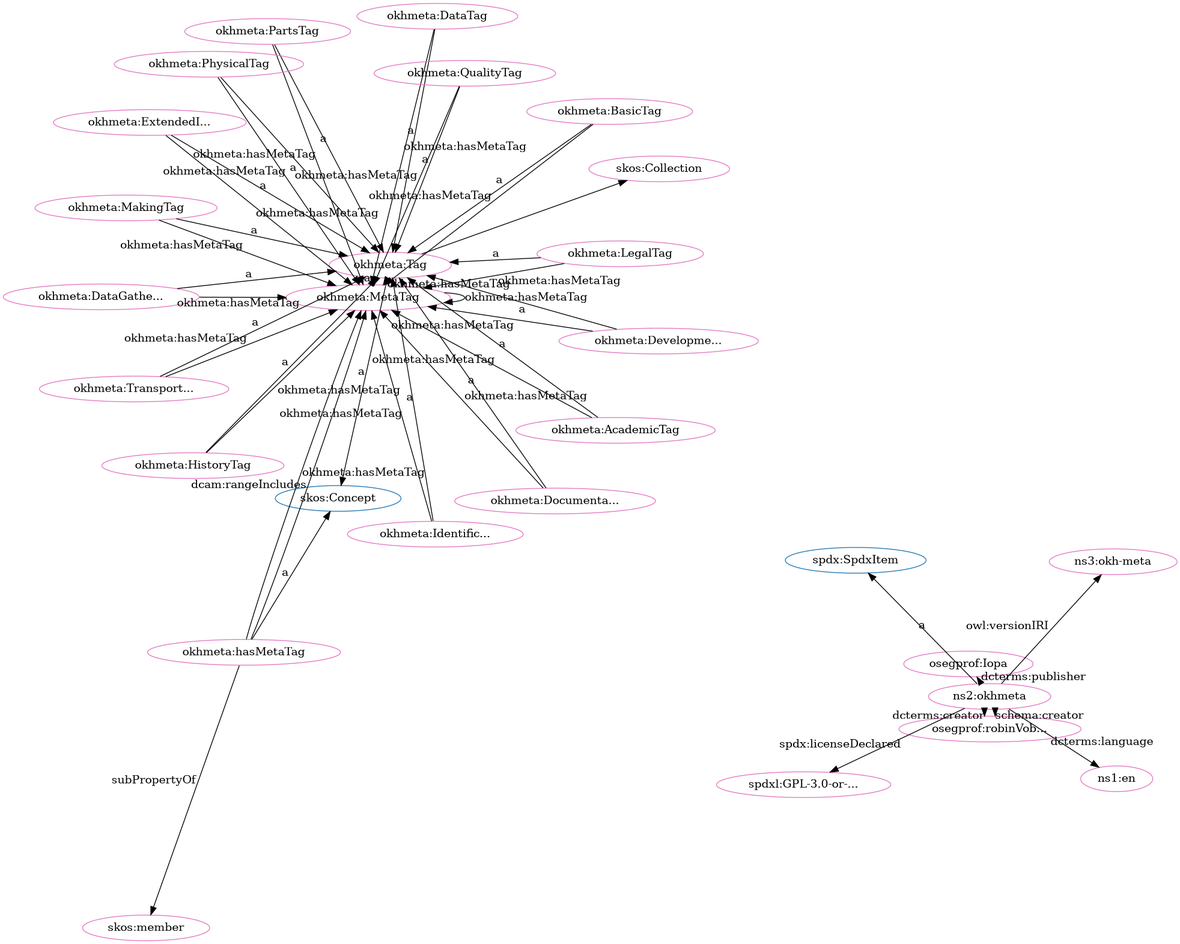
iop-alliance/OpenKnowHow keeps this Graphviz diagram as src/spec/fdp_okh-meta-clean.png. Above is the earlier version. Its source is kept beside it as src/spec/fdp_okh-meta-clean.dot.
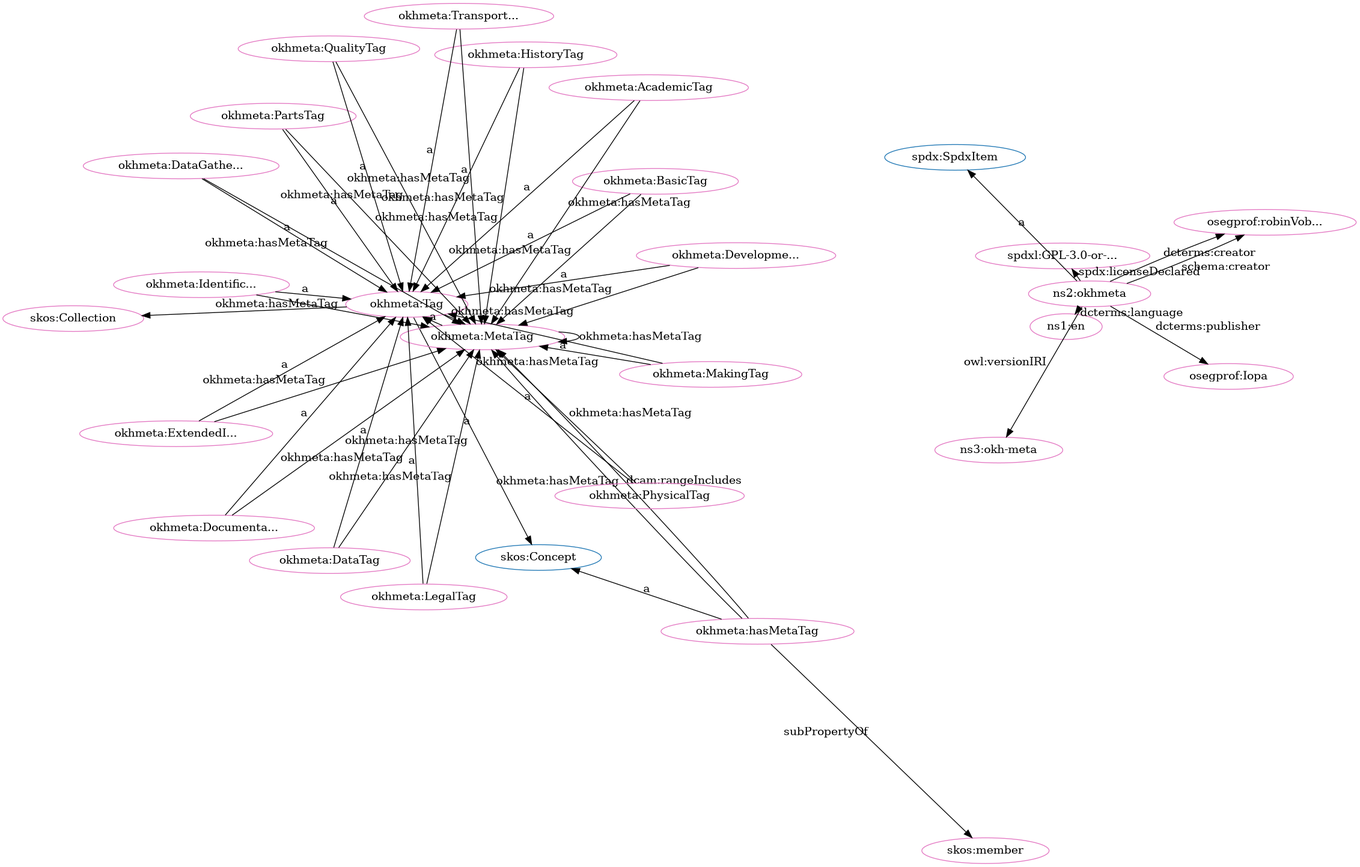
The same file after the commit.

What changed in the source:
```diff
@@ -1,80 +1,80 @@
 digraph G {
   rankdir=BT
   node[height=.3]
+"http://spdx.org/rdf/terms#SpdxItem" [fillcolor="#1f77b4" color="#1f77b4" label="spdx:SpdxItem"]
 "http://www.w3.org/2004/02/skos/core#Concept" [fillcolor="#1f77b4" color="#1f77b4" label="skos:Concept"]
 "http://www.w3.org/2004/02/skos/core#Collection" [fillcolor="#1f77b4" color="#1f77b4" label="skos:Collection"]
-"http://spdx.org/rdf/terms#SpdxItem" [fillcolor="#1f77b4" color="#1f77b4" label="spdx:SpdxItem"]
 "http://w3id.org/oseg/ont/okhmeta#Tag" [fillcolor="#1f77b4" color="#1f77b4" label="okhmeta:Tag"]
+"http://w3id.org/oseg/ont/okhmeta#HistoryTag" [fillcolor="#e377c2" color="#e377c2" label="okhmeta:HistoryTag"]
+"http://w3id.org/oseg/ont/okhmeta#hasMetaTag" [fillcolor="#e377c2" color="#e377c2" label="okhmeta:hasMetaTag"]
+"http://w3id.org/oseg/ont/okhmeta#DataGatheringTag" [fillcolor="#e377c2" color="#e377c2" label="okhmeta:DataGathe..."]
+"http://w3id.org/oseg/ont/okhmeta#DocumentationTag" [fillcolor="#e377c2" color="#e377c2" label="okhmeta:Documenta..."]
+"http://w3id.org/oseg/ont/okhmeta#TransportationTag" [fillcolor="#e377c2" color="#e377c2" label="okhmeta:Transport..."]
+"http://w3id.org/oseg/ont/okhmeta#LegalTag" [fillcolor="#e377c2" color="#e377c2" label="okhmeta:LegalTag"]
+"http://www.w3.org/2004/02/skos/core#Collection" [fillcolor="#e377c2" color="#e377c2" label="skos:Collection"]
+"http://w3id.org/oseg/ont/oseg-profiles#Iopa" [fillcolor="#e377c2" color="#e377c2" label="osegprof:Iopa"]
+"http://w3id.org/oseg/ont/okhmeta#MetaTag" [fillcolor="#e377c2" color="#e377c2" label="okhmeta:MetaTag"]
 "http://id.loc.gov/vocabulary/iso639-1/en" [fillcolor="#e377c2" color="#e377c2" label="ns1:en"]
+"http://w3id.org/oseg/ont/okhmeta#DevelopmentTag" [fillcolor="#e377c2" color="#e377c2" label="okhmeta:Developme..."]
+"http://spdx.org/licenses/GPL-3.0-or-later" [fillcolor="#e377c2" color="#e377c2" label="spdxl:GPL-3.0-or-..."]
+"http://w3id.org/oseg/ont/okhmeta" [fillcolor="#e377c2" color="#e377c2" label="ns2:okhmeta"]
+"http://w3id.org/oseg/ont/okhmeta#PhysicalTag" [fillcolor="#e377c2" color="#e377c2" label="okhmeta:PhysicalTag"]
 "http://w3id.org/oseg/ont/oseg-profiles#robinVobruba" [fillcolor="#e377c2" color="#e377c2" label="osegprof:robinVob..."]
+"http://w3id.org/oseg/ont/okhmeta#Tag" [fillcolor="#e377c2" color="#e377c2" label="okhmeta:Tag"]
+"http://w3id.org/oseg/ont/okhmeta#BasicTag" [fillcolor="#e377c2" color="#e377c2" label="okhmeta:BasicTag"]
+"http://w3id.org/oseg/ont/okhmeta#PartsTag" [fillcolor="#e377c2" color="#e377c2" label="okhmeta:PartsTag"]
+"http://www.w3.org/2004/02/skos/core#member" [fillcolor="#e377c2" color="#e377c2" label="skos:member"]
+"http://w3id.org/oseg/ont/1.1.0/okh-meta" [fillcolor="#e377c2" color="#e377c2" label="ns3:okh-meta"]
+"http://w3id.org/oseg/ont/okhmeta#AcademicTag" [fillcolor="#e377c2" color="#e377c2" label="okhmeta:AcademicTag"]
 "http://w3id.org/oseg/ont/okhmeta#MakingTag" [fillcolor="#e377c2" color="#e377c2" label="okhmeta:MakingTag"]
+"http://w3id.org/oseg/ont/okhmeta#IdentificationTag" [fillcolor="#e377c2" color="#e377c2" label="okhmeta:Identific..."]
 "http://w3id.org/oseg/ont/okhmeta#DataTag" [fillcolor="#e377c2" color="#e377c2" label="okhmeta:DataTag"]
-"http://w3id.org/oseg/ont/okhmeta#MetaTag" [fillcolor="#e377c2" color="#e377c2" label="okhmeta:MetaTag"]
-"http://w3id.org/oseg/ont/oseg-profiles#Iopa" [fillcolor="#e377c2" color="#e377c2" label="osegprof:Iopa"]
-"http://w3id.org/oseg/ont/okhmeta#TransportationTag" [fillcolor="#e377c2" color="#e377c2" label="okhmeta:Transport..."]
-"http://w3id.org/oseg/ont/okhmeta" [fillcolor="#e377c2" color="#e377c2" label="ns2:okhmeta"]
-"http://w3id.org/oseg/ont/okhmeta#IdentificationTag" [fillcolor="#e377c2" color="#e377c2" label="okhmeta:Identific..."]
-"http://w3id.org/oseg/ont/okhmeta#hasMetaTag" [fillcolor="#e377c2" color="#e377c2" label="okhmeta:hasMetaTag"]
-"http://w3id.org/oseg/ont/okhmeta#AcademicTag" [fillcolor="#e377c2" color="#e377c2" label="okhmeta:AcademicTag"]
-"http://www.w3.org/2004/02/skos/core#Collection" [fillcolor="#e377c2" color="#e377c2" label="skos:Collection"]
-"http://www.w3.org/2004/02/skos/core#member" [fillcolor="#e377c2" color="#e377c2" label="skos:member"]
-"http://w3id.org/oseg/ont/okhmeta#HistoryTag" [fillcolor="#e377c2" color="#e377c2" label="okhmeta:HistoryTag"]
 "http://w3id.org/oseg/ont/okhmeta#QualityTag" [fillcolor="#e377c2" color="#e377c2" label="okhmeta:QualityTag"]
-"http://w3id.org/oseg/ont/okhmeta#BasicTag" [fillcolor="#e377c2" color="#e377c2" label="okhmeta:BasicTag"]
 "http://w3id.org/oseg/ont/okhmeta#ExtendedInfoTag" [fillcolor="#e377c2" color="#e377c2" label="okhmeta:ExtendedI..."]
-"http://w3id.org/oseg/ont/okhmeta#DocumentationTag" [fillcolor="#e377c2" color="#e377c2" label="okhmeta:Documenta..."]
-"http://w3id.org/oseg/ont/1.1.0/okh-meta" [fillcolor="#e377c2" color="#e377c2" label="ns3:okh-meta"]
-"http://w3id.org/oseg/ont/okhmeta#DevelopmentTag" [fillcolor="#e377c2" color="#e377c2" label="okhmeta:Developme..."]
-"http://w3id.org/oseg/ont/okhmeta#Tag" [fillcolor="#e377c2" color="#e377c2" label="okhmeta:Tag"]
-"http://w3id.org/oseg/ont/okhmeta#PartsTag" [fillcolor="#e377c2" color="#e377c2" label="okhmeta:PartsTag"]
-"http://w3id.org/oseg/ont/okhmeta#PhysicalTag" [fillcolor="#e377c2" color="#e377c2" label="okhmeta:PhysicalTag"]
-"http://w3id.org/oseg/ont/okhmeta#DataGatheringTag" [fillcolor="#e377c2" color="#e377c2" label="okhmeta:DataGathe..."]
-"http://spdx.org/licenses/GPL-3.0-or-later" [fillcolor="#e377c2" color="#e377c2" label="spdxl:GPL-3.0-or-..."]
-"http://w3id.org/oseg/ont/okhmeta#LegalTag" [fillcolor="#e377c2" color="#e377c2" label="okhmeta:LegalTag"]
+  "http://w3id.org/oseg/ont/okhmeta#HistoryTag" -> "http://w3id.org/oseg/ont/okhmeta#Tag" [label="a"]
+  "http://w3id.org/oseg/ont/okhmeta#hasMetaTag" -> "http://www.w3.org/2004/02/skos/core#Concept" [label="a"]
+  "http://w3id.org/oseg/ont/okhmeta#TransportationTag" -> "http://w3id.org/oseg/ont/okhmeta#Tag" [label="a"]
+  "http://w3id.org/oseg/ont/okhmeta#Tag" -> "http://www.w3.org/2004/02/skos/core#Collection" [label=""]
+  "http://w3id.org/oseg/ont/okhmeta" -> "http://w3id.org/oseg/ont/oseg-profiles#Iopa" [label="dcterms:publisher"]
+  "http://w3id.org/oseg/ont/okhmeta#PhysicalTag" -> "http://w3id.org/oseg/ont/okhmeta#MetaTag" [label="okhmeta:hasMetaTag"]
+  "http://w3id.org/oseg/ont/okhmeta#MakingTag" -> "http://w3id.org/oseg/ont/okhmeta#MetaTag" [label="okhmeta:hasMetaTag"]
+  "http://w3id.org/oseg/ont/okhmeta#ExtendedInfoTag" -> "http://w3id.org/oseg/ont/okhmeta#MetaTag" [label="okhmeta:hasMetaTag"]
+  "http://w3id.org/oseg/ont/okhmeta" -> "http://spdx.org/licenses/GPL-3.0-or-later" [label="spdx:licenseDeclared"]
+  "http://w3id.org/oseg/ont/okhmeta" -> "http://spdx.org/rdf/terms#SpdxItem" [label="a"]
+  "http://w3id.org/oseg/ont/okhmeta#DataGatheringTag" -> "http://w3id.org/oseg/ont/okhmeta#MetaTag" [label="okhmeta:hasMetaTag"]
+  "http://w3id.org/oseg/ont/okhmeta#LegalTag" -> "http://w3id.org/oseg/ont/okhmeta#MetaTag" [label="okhmeta:hasMetaTag"]
+  "http://w3id.org/oseg/ont/okhmeta#hasMetaTag" -> "http://www.w3.org/2004/02/skos/core#member" [label="subPropertyOf"]
+  "http://w3id.org/oseg/ont/okhmeta#DevelopmentTag" -> "http://w3id.org/oseg/ont/okhmeta#MetaTag" [label="okhmeta:hasMetaTag"]
+  "http://w3id.org/oseg/ont/okhmeta#MetaTag" -> "http://w3id.org/oseg/ont/okhmeta#MetaTag" [label="okhmeta:hasMetaTag"]
+  "http://w3id.org/oseg/ont/okhmeta#MetaTag" -> "http://w3id.org/oseg/ont/okhmeta#Tag" [label="a"]
+  "http://w3id.org/oseg/ont/okhmeta" -> "http://w3id.org/oseg/ont/oseg-profiles#robinVobruba" [label="dcterms:creator"]
+  "http://w3id.org/oseg/ont/okhmeta#BasicTag" -> "http://w3id.org/oseg/ont/okhmeta#MetaTag" [label="okhmeta:hasMetaTag"]
+  "http://w3id.org/oseg/ont/okhmeta#IdentificationTag" -> "http://w3id.org/oseg/ont/okhmeta#MetaTag" [label="okhmeta:hasMetaTag"]
+  "http://w3id.org/oseg/ont/okhmeta#DataTag" -> "http://w3id.org/oseg/ont/okhmeta#MetaTag" [label="okhmeta:hasMetaTag"]
+  "http://w3id.org/oseg/ont/okhmeta#QualityTag" -> "http://w3id.org/oseg/ont/okhmeta#MetaTag" [label="okhmeta:hasMetaTag"]
+  "http://w3id.org/oseg/ont/okhmeta#IdentificationTag" -> "http://w3id.org/oseg/ont/okhmeta#Tag" [label="a"]
+  "http://w3id.org/oseg/ont/okhmeta#DataTag" -> "http://w3id.org/oseg/ont/okhmeta#Tag" [label="a"]
+  "http://w3id.org/oseg/ont/okhmeta#QualityTag" -> "http://w3id.org/oseg/ont/okhmeta#Tag" [label="a"]
+  "http://w3id.org/oseg/ont/okhmeta#ExtendedInfoTag" -> "http://w3id.org/oseg/ont/okhmeta#Tag" [label="a"]
+  "http://w3id.org/oseg/ont/okhmeta#DataGatheringTag" -> "http://w3id.org/oseg/ont/okhmeta#Tag" [label="a"]
+  "http://w3id.org/oseg/ont/okhmeta#DocumentationTag" -> "http://w3id.org/oseg/ont/okhmeta#Tag" [label="a"]
+  "http://w3id.org/oseg/ont/okhmeta#LegalTag" -> "http://w3id.org/oseg/ont/okhmeta#Tag" [label="a"]
   "http://w3id.org/oseg/ont/okhmeta" -> "http://id.loc.gov/vocabulary/iso639-1/en" [label="dcterms:language"]
+  "http://w3id.org/oseg/ont/okhmeta#DevelopmentTag" -> "http://w3id.org/oseg/ont/okhmeta#Tag" [label="a"]
+  "http://w3id.org/oseg/ont/okhmeta#PhysicalTag" -> "http://w3id.org/oseg/ont/okhmeta#Tag" [label="a"]
   "http://w3id.org/oseg/ont/okhmeta" -> "http://w3id.org/oseg/ont/oseg-profiles#robinVobruba" [label="schema:creator"]
-  "http://w3id.org/oseg/ont/okhmeta#DataTag" -> "http://w3id.org/oseg/ont/okhmeta#Tag" [label="a"]
-  "http://w3id.org/oseg/ont/okhmeta#TransportationTag" -> "http://w3id.org/oseg/ont/okhmeta#Tag" [label="a"]
-  "http://w3id.org/oseg/ont/okhmeta#QualityTag" -> "http://w3id.org/oseg/ont/okhmeta#MetaTag" [label="okhmeta:hasMetaTag"]
-  "http://w3id.org/oseg/ont/okhmeta#MetaTag" -> "http://w3id.org/oseg/ont/okhmeta#Tag" [label="a"]
-  "http://w3id.org/oseg/ont/okhmeta#IdentificationTag" -> "http://w3id.org/oseg/ont/okhmeta#Tag" [label="a"]
-  "http://w3id.org/oseg/ont/okhmeta#hasMetaTag" -> "http://www.w3.org/2004/02/skos/core#member" [label="subPropertyOf"]
-  "http://w3id.org/oseg/ont/okhmeta#HistoryTag" -> "http://w3id.org/oseg/ont/okhmeta#Tag" [label="a"]
-  "http://w3id.org/oseg/ont/okhmeta" -> "http://spdx.org/rdf/terms#SpdxItem" [label="a"]
-  "http://w3id.org/oseg/ont/okhmeta#LegalTag" -> "http://w3id.org/oseg/ont/okhmeta#MetaTag" [label="okhmeta:hasMetaTag"]
+  "http://w3id.org/oseg/ont/okhmeta#Tag" -> "http://www.w3.org/2004/02/skos/core#Concept" [label="a"]
+  "http://w3id.org/oseg/ont/okhmeta#DocumentationTag" -> "http://w3id.org/oseg/ont/okhmeta#MetaTag" [label="okhmeta:hasMetaTag"]
+  "http://w3id.org/oseg/ont/okhmeta#TransportationTag" -> "http://w3id.org/oseg/ont/okhmeta#MetaTag" [label="okhmeta:hasMetaTag"]
+  "http://w3id.org/oseg/ont/okhmeta#PartsTag" -> "http://w3id.org/oseg/ont/okhmeta#Tag" [label="a"]
+  "http://w3id.org/oseg/ont/okhmeta#BasicTag" -> "http://w3id.org/oseg/ont/okhmeta#Tag" [label="a"]
+  "http://w3id.org/oseg/ont/okhmeta#Tag" -> "http://w3id.org/oseg/ont/okhmeta#MetaTag" [label="okhmeta:hasMetaTag"]
   "http://w3id.org/oseg/ont/okhmeta" -> "http://w3id.org/oseg/ont/1.1.0/okh-meta" [label="owl:versionIRI"]
-  "http://w3id.org/oseg/ont/okhmeta#DevelopmentTag" -> "http://w3id.org/oseg/ont/okhmeta#Tag" [label="a"]
   "http://w3id.org/oseg/ont/okhmeta#hasMetaTag" -> "http://w3id.org/oseg/ont/okhmeta#MetaTag" [label="okhmeta:hasMetaTag"]
-  "http://w3id.org/oseg/ont/okhmeta#Tag" -> "http://www.w3.org/2004/02/skos/core#Concept" [label="a"]
+  "http://w3id.org/oseg/ont/okhmeta#AcademicTag" -> "http://w3id.org/oseg/ont/okhmeta#MetaTag" [label="okhmeta:hasMetaTag"]
+  "http://w3id.org/oseg/ont/okhmeta#AcademicTag" -> "http://w3id.org/oseg/ont/okhmeta#Tag" [label="a"]
+  "http://w3id.org/oseg/ont/okhmeta#hasMetaTag" -> "http://w3id.org/oseg/ont/okhmeta#MetaTag" [label="dcam:rangeIncludes"]
+  "http://w3id.org/oseg/ont/okhmeta#MakingTag" -> "http://w3id.org/oseg/ont/okhmeta#Tag" [label="a"]
+  "http://w3id.org/oseg/ont/okhmeta#PartsTag" -> "http://w3id.org/oseg/ont/okhmeta#MetaTag" [label="okhmeta:hasMetaTag"]
   "http://w3id.org/oseg/ont/okhmeta#HistoryTag" -> "http://w3id.org/oseg/ont/okhmeta#MetaTag" [label="okhmeta:hasMetaTag"]
-  "http://w3id.org/oseg/ont/okhmeta#DataGatheringTag" -> "http://w3id.org/oseg/ont/okhmeta#Tag" [label="a"]
-  "http://w3id.org/oseg/ont/okhmeta#hasMetaTag" -> "http://w3id.org/oseg/ont/okhmeta#MetaTag" [label="dcam:rangeIncludes"]
-  "http://w3id.org/oseg/ont/okhmeta" -> "http://spdx.org/licenses/GPL-3.0-or-later" [label="spdx:licenseDeclared"]
-  "http://w3id.org/oseg/ont/okhmeta#LegalTag" -> "http://w3id.org/oseg/ont/okhmeta#Tag" [label="a"]
-  "http://w3id.org/oseg/ont/okhmeta#MakingTag" -> "http://w3id.org/oseg/ont/okhmeta#MetaTag" [label="okhmeta:hasMetaTag"]
-  "http://w3id.org/oseg/ont/okhmeta#Tag" -> "http://w3id.org/oseg/ont/okhmeta#MetaTag" [label="okhmeta:hasMetaTag"]
-  "http://w3id.org/oseg/ont/okhmeta#MakingTag" -> "http://w3id.org/oseg/ont/okhmeta#Tag" [label="a"]
-  "http://w3id.org/oseg/ont/okhmeta#BasicTag" -> "http://w3id.org/oseg/ont/okhmeta#MetaTag" [label="okhmeta:hasMetaTag"]
-  "http://w3id.org/oseg/ont/okhmeta#ExtendedInfoTag" -> "http://w3id.org/oseg/ont/okhmeta#MetaTag" [label="okhmeta:hasMetaTag"]
-  "http://w3id.org/oseg/ont/okhmeta" -> "http://w3id.org/oseg/ont/oseg-profiles#Iopa" [label="dcterms:publisher"]
-  "http://w3id.org/oseg/ont/okhmeta#hasMetaTag" -> "http://www.w3.org/2004/02/skos/core#Concept" [label="a"]
-  "http://w3id.org/oseg/ont/okhmeta#AcademicTag" -> "http://w3id.org/oseg/ont/okhmeta#Tag" [label="a"]
-  "http://w3id.org/oseg/ont/okhmeta#Tag" -> "http://www.w3.org/2004/02/skos/core#Collection" [label=""]
-  "http://w3id.org/oseg/ont/okhmeta#DataTag" -> "http://w3id.org/oseg/ont/okhmeta#MetaTag" [label="okhmeta:hasMetaTag"]
-  "http://w3id.org/oseg/ont/okhmeta#PhysicalTag" -> "http://w3id.org/oseg/ont/okhmeta#MetaTag" [label="okhmeta:hasMetaTag"]
-  "http://w3id.org/oseg/ont/okhmeta#QualityTag" -> "http://w3id.org/oseg/ont/okhmeta#Tag" [label="a"]
-  "http://w3id.org/oseg/ont/okhmeta#BasicTag" -> "http://w3id.org/oseg/ont/okhmeta#Tag" [label="a"]
-  "http://w3id.org/oseg/ont/okhmeta#MetaTag" -> "http://w3id.org/oseg/ont/okhmeta#MetaTag" [label="okhmeta:hasMetaTag"]
-  "http://w3id.org/oseg/ont/okhmeta#ExtendedInfoTag" -> "http://w3id.org/oseg/ont/okhmeta#Tag" [label="a"]
-  "http://w3id.org/oseg/ont/okhmeta#DocumentationTag" -> "http://w3id.org/oseg/ont/okhmeta#Tag" [label="a"]
-  "http://w3id.org/oseg/ont/okhmeta#PartsTag" -> "http://w3id.org/oseg/ont/okhmeta#MetaTag" [label="okhmeta:hasMetaTag"]
-  "http://w3id.org/oseg/ont/okhmeta#DataGatheringTag" -> "http://w3id.org/oseg/ont/okhmeta#MetaTag" [label="okhmeta:hasMetaTag"]
-  "http://w3id.org/oseg/ont/okhmeta#AcademicTag" -> "http://w3id.org/oseg/ont/okhmeta#MetaTag" [label="okhmeta:hasMetaTag"]
-  "http://w3id.org/oseg/ont/okhmeta#PartsTag" -> "http://w3id.org/oseg/ont/okhmeta#Tag" [label="a"]
-  "http://w3id.org/oseg/ont/okhmeta#PhysicalTag" -> "http://w3id.org/oseg/ont/okhmeta#Tag" [label="a"]
-  "http://w3id.org/oseg/ont/okhmeta#DocumentationTag" -> "http://w3id.org/oseg/ont/okhmeta#MetaTag" [label="okhmeta:hasMetaTag"]
-  "http://w3id.org/oseg/ont/okhmeta#DevelopmentTag" -> "http://w3id.org/oseg/ont/okhmeta#MetaTag" [label="okhmeta:hasMetaTag"]
-  "http://w3id.org/oseg/ont/okhmeta#TransportationTag" -> "http://w3id.org/oseg/ont/okhmeta#MetaTag" [label="okhmeta:hasMetaTag"]
-  "http://w3id.org/oseg/ont/okhmeta#IdentificationTag" -> "http://w3id.org/oseg/ont/okhmeta#MetaTag" [label="okhmeta:hasMetaTag"]
-  "http://w3id.org/oseg/ont/okhmeta" -> "http://w3id.org/oseg/ont/oseg-profiles#robinVobruba" [label="dcterms:creator"]
 }
```
